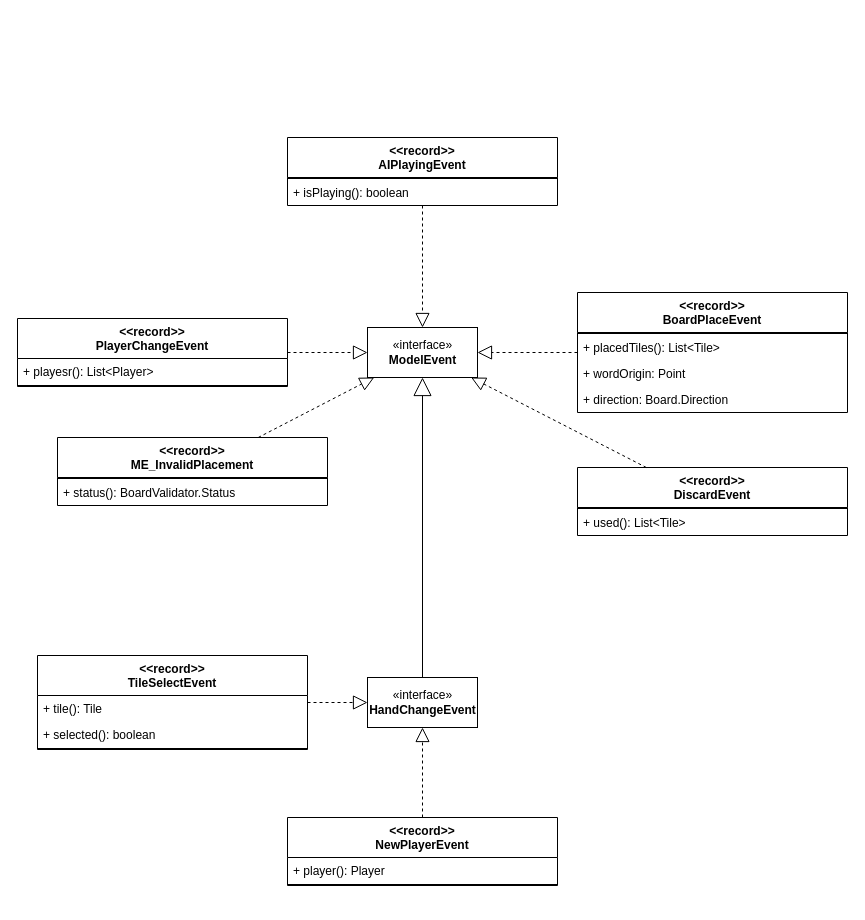
Before: page "Model Events" (1 of 2) of UML/ClassDiagrams/ScrabbleEvents.drawio in trk20/Scuffle, a draw.io diagram. Source tidied: cells renumbered, new cells numbered last; positions are measured from the earlier drawing's top-left corner, leaving out a move shared by most shapes. Both pictures are drawn from the tidied source at 100%, with x=0, y=0 at pixel (17, 137).
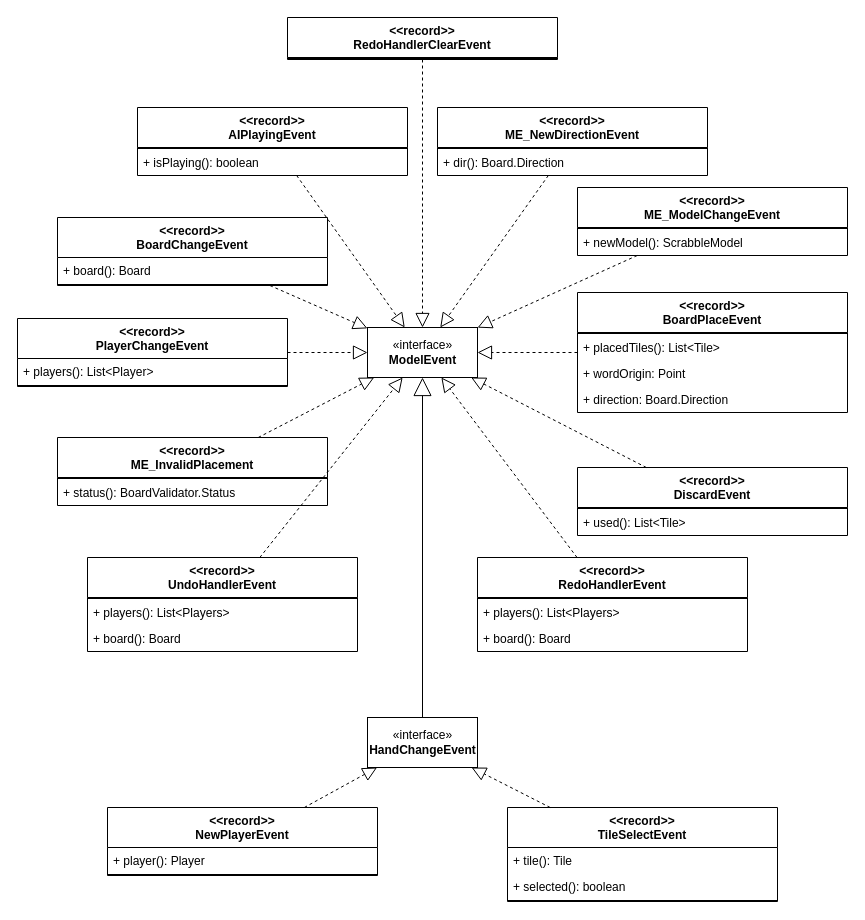
The same diagram, later.

Unchanged cells that the change refers to:
```xml
<mxCell id="11" value="«interface»&lt;br&gt;&lt;b&gt;ModelEvent&lt;/b&gt;" style="html=1;" parent="1" vertex="1">
  <mxGeometry x="350" y="190" width="110" height="50" as="geometry" />
</mxCell>
<mxCell id="19" value="&lt;&lt;record&gt;&gt;&#10;PlayerChangeEvent" style="swimlane;fontStyle=1;align=center;verticalAlign=top;horizontal=1;startSize=40;" parent="1" vertex="1">
  <mxGeometry y="181" width="270" height="68" as="geometry" />
</mxCell>
```

What changed in the source:
```diff
@@
     <mxCell id="3" value="&lt;&lt;record&gt;&gt;&#10;NewPlayerEvent" style="swimlane;fontStyle=1;align=center;verticalAlign=top;horizontal=1;startSize=40;" parent="1" vertex="1">
-      <mxGeometry x="270" y="680" width="270" height="68" as="geometry" />
+      <mxGeometry x="90" y="670" width="270" height="68" as="geometry" />
     </mxCell>
@@
     <mxCell id="12" value="«interface»&lt;br&gt;&lt;b&gt;HandChangeEvent&lt;/b&gt;" style="html=1;" parent="1" vertex="1">
-      <mxGeometry x="350" y="540" width="110" height="50" as="geometry" />
+      <mxGeometry x="350" y="580" width="110" height="50" as="geometry" />
     </mxCell>
@@
     <mxCell id="14" value="&lt;&lt;record&gt;&gt;&#10;TileSelectEvent" style="swimlane;fontStyle=1;align=center;verticalAlign=top;horizontal=1;startSize=40;" parent="1" vertex="1">
-      <mxGeometry x="20" y="518" width="270" height="94" as="geometry" />
+      <mxGeometry x="490" y="670" width="270" height="94" as="geometry" />
     </mxCell>
@@
-    <mxCell id="20" value="+ playesr(): List&lt;Player&gt;" style="text;strokeColor=none;fillColor=none;align=left;verticalAlign=top;spacingLeft=4;spacingRight=4;overflow=hidden;" parent="19" vertex="1">
+    <mxCell id="20" value="+ players(): List&lt;Player&gt;" style="text;strokeColor=none;fillColor=none;align=left;verticalAlign=top;spacingLeft=4;spacingRight=4;overflow=hidden;" parent="19" vertex="1">
       <mxGeometry y="40" width="270" height="26" as="geometry" />
     </mxCell>
@@
     <mxCell id="32" value="&lt;&lt;record&gt;&gt;&#10;AIPlayingEvent" style="swimlane;fontStyle=1;align=center;verticalAlign=top;horizontal=1;startSize=40;" parent="1" vertex="1">
-      <mxGeometry x="270" width="270" height="68" as="geometry" />
+      <mxGeometry x="120" y="-30" width="270" height="68" as="geometry" />
     </mxCell>
@@
+    <mxCell id="36" value="&lt;&lt;record&gt;&gt;&#10;BoardChangeEvent" style="swimlane;fontStyle=1;align=center;verticalAlign=top;horizontal=1;startSize=40;" parent="1" vertex="1">
+      <mxGeometry x="40" y="80" width="270" height="68" as="geometry" />
+    </mxCell>
+    <mxCell id="37" value="+ board(): Board" style="text;strokeColor=none;fillColor=none;align=left;verticalAlign=top;spacingLeft=4;spacingRight=4;overflow=hidden;" parent="36" vertex="1">
+      <mxGeometry y="40" width="270" height="26" as="geometry" />
+    </mxCell>
+    <mxCell id="38" style="line;strokeWidth=1;fillColor=none;align=left;verticalAlign=middle;spacingTop=-1;spacingLeft=3;spacingRight=3;labelPosition=right;" parent="36" vertex="1">
+      <mxGeometry y="66" width="270" height="2" as="geometry" />
+    </mxCell>
+    <mxCell id="39" style="endArrow=block;dashed=1;endFill=0;endSize=12;html=1;rounded=0;" parent="1" edge="1" source="36" target="11">
+      <mxGeometry relative="1" as="geometry" />
+    </mxCell>
+    <mxCell id="40" value="&lt;&lt;record&gt;&gt;&#10;ME_ModelChangeEvent" style="swimlane;fontStyle=1;align=center;verticalAlign=top;horizontal=1;startSize=40;" parent="1" vertex="1">
+      <mxGeometry x="560" y="50" width="270" height="68" as="geometry" />
+    </mxCell>
+    <mxCell id="41" style="line;strokeWidth=1;fillColor=none;align=left;verticalAlign=middle;spacingTop=-1;spacingLeft=3;spacingRight=3;labelPosition=right;" parent="40" vertex="1">
+      <mxGeometry y="40" width="270" height="2" as="geometry" />
+    </mxCell>
+    <mxCell id="42" value="+ newModel(): ScrabbleModel" style="text;strokeColor=none;fillColor=none;align=left;verticalAlign=top;spacingLeft=4;spacingRight=4;overflow=hidden;" parent="40" vertex="1">
+      <mxGeometry y="42" width="270" height="26" as="geometry" />
+    </mxCell>
+    <mxCell id="43" style="endArrow=block;dashed=1;endFill=0;endSize=12;html=1;rounded=0;" parent="1" edge="1" source="40" target="11">
+      <mxGeometry relative="1" as="geometry" />
+    </mxCell>
+    <mxCell id="44" style="endArrow=block;dashed=1;endFill=0;endSize=12;html=1;rounded=0;" parent="1" edge="1" source="45" target="11">
+      <mxGeometry relative="1" as="geometry" />
+    </mxCell>
+    <mxCell id="45" value="&lt;&lt;record&gt;&gt;&#10;ME_NewDirectionEvent" style="swimlane;fontStyle=1;align=center;verticalAlign=top;horizontal=1;startSize=40;" parent="1" vertex="1">
+      <mxGeometry x="420" y="-30" width="270" height="68" as="geometry" />
+    </mxCell>
+    <mxCell id="46" style="line;strokeWidth=1;fillColor=none;align=left;verticalAlign=middle;spacingTop=-1;spacingLeft=3;spacingRight=3;labelPosition=right;" parent="45" vertex="1">
+      <mxGeometry y="40" width="270" height="2" as="geometry" />
+    </mxCell>
+    <mxCell id="47" value="+ dir(): Board.Direction" style="text;strokeColor=none;fillColor=none;align=left;verticalAlign=top;spacingLeft=4;spacingRight=4;overflow=hidden;" parent="45" vertex="1">
+      <mxGeometry y="42" width="270" height="26" as="geometry" />
+    </mxCell>
+    <mxCell id="48" value="&lt;&lt;record&gt;&gt;&#10;RedoHandlerClearEvent" style="swimlane;fontStyle=1;align=center;verticalAlign=top;horizontal=1;startSize=40;" parent="1" vertex="1">
+      <mxGeometry x="270" y="-120" width="270" height="42" as="geometry" />
+    </mxCell>
+    <mxCell id="49" style="line;strokeWidth=1;fillColor=none;align=left;verticalAlign=middle;spacingTop=-1;spacingLeft=3;spacingRight=3;labelPosition=right;" parent="48" vertex="1">
+      <mxGeometry y="40" width="270" height="2" as="geometry" />
+    </mxCell>
+    <mxCell id="50" style="endArrow=block;dashed=1;endFill=0;endSize=12;html=1;rounded=0;" parent="1" edge="1" source="48" target="11">
+      <mxGeometry relative="1" as="geometry" />
+    </mxCell>
+    <mxCell id="51" value="&lt;&lt;record&gt;&gt;&#10;RedoHandlerEvent" style="swimlane;fontStyle=1;align=center;verticalAlign=top;horizontal=1;startSize=40;" parent="1" vertex="1">
+      <mxGeometry x="460" y="420" width="270" height="94" as="geometry" />
+    </mxCell>
+    <mxCell id="52" style="line;strokeWidth=1;fillColor=none;align=left;verticalAlign=middle;spacingTop=-1;spacingLeft=3;spacingRight=3;labelPosition=right;" parent="51" vertex="1">
+      <mxGeometry y="40" width="270" height="2" as="geometry" />
+    </mxCell>
+    <mxCell id="53" value="+ players(): List&lt;Players&gt;&#10;" style="text;strokeColor=none;fillColor=none;align=left;verticalAlign=top;spacingLeft=4;spacingRight=4;overflow=hidden;" parent="51" vertex="1">
+      <mxGeometry y="42" width="270" height="26" as="geometry" />
+    </mxCell>
+    <mxCell id="54" value="+ board(): Board&#10;" style="text;strokeColor=none;fillColor=none;align=left;verticalAlign=top;spacingLeft=4;spacingRight=4;overflow=hidden;" parent="51" vertex="1">
+      <mxGeometry y="68" width="270" height="26" as="geometry" />
+    </mxCell>
+    <mxCell id="55" style="endArrow=block;dashed=1;endFill=0;endSize=12;html=1;rounded=0;" parent="1" edge="1" source="51" target="11">
+      <mxGeometry relative="1" as="geometry" />
+    </mxCell>
+    <mxCell id="56" value="&lt;&lt;record&gt;&gt;&#10;UndoHandlerEvent" style="swimlane;fontStyle=1;align=center;verticalAlign=top;horizontal=1;startSize=40;" parent="1" vertex="1">
+      <mxGeometry x="70" y="420" width="270" height="94" as="geometry" />
+    </mxCell>
+    <mxCell id="57" style="line;strokeWidth=1;fillColor=none;align=left;verticalAlign=middle;spacingTop=-1;spacingLeft=3;spacingRight=3;labelPosition=right;" parent="56" vertex="1">
+      <mxGeometry y="40" width="270" height="2" as="geometry" />
+    </mxCell>
+    <mxCell id="58" value="+ players(): List&lt;Players&gt;&#10;" style="text;strokeColor=none;fillColor=none;align=left;verticalAlign=top;spacingLeft=4;spacingRight=4;overflow=hidden;" parent="56" vertex="1">
+      <mxGeometry y="42" width="270" height="26" as="geometry" />
+    </mxCell>
+    <mxCell id="59" value="+ board(): Board&#10;" style="text;strokeColor=none;fillColor=none;align=left;verticalAlign=top;spacingLeft=4;spacingRight=4;overflow=hidden;" parent="56" vertex="1">
+      <mxGeometry y="68" width="270" height="26" as="geometry" />
+    </mxCell>
+    <mxCell id="60" style="endArrow=block;dashed=1;endFill=0;endSize=12;html=1;rounded=0;" parent="1" edge="1" source="56" target="11">
+      <mxGeometry relative="1" as="geometry" />
+    </mxCell>
```
